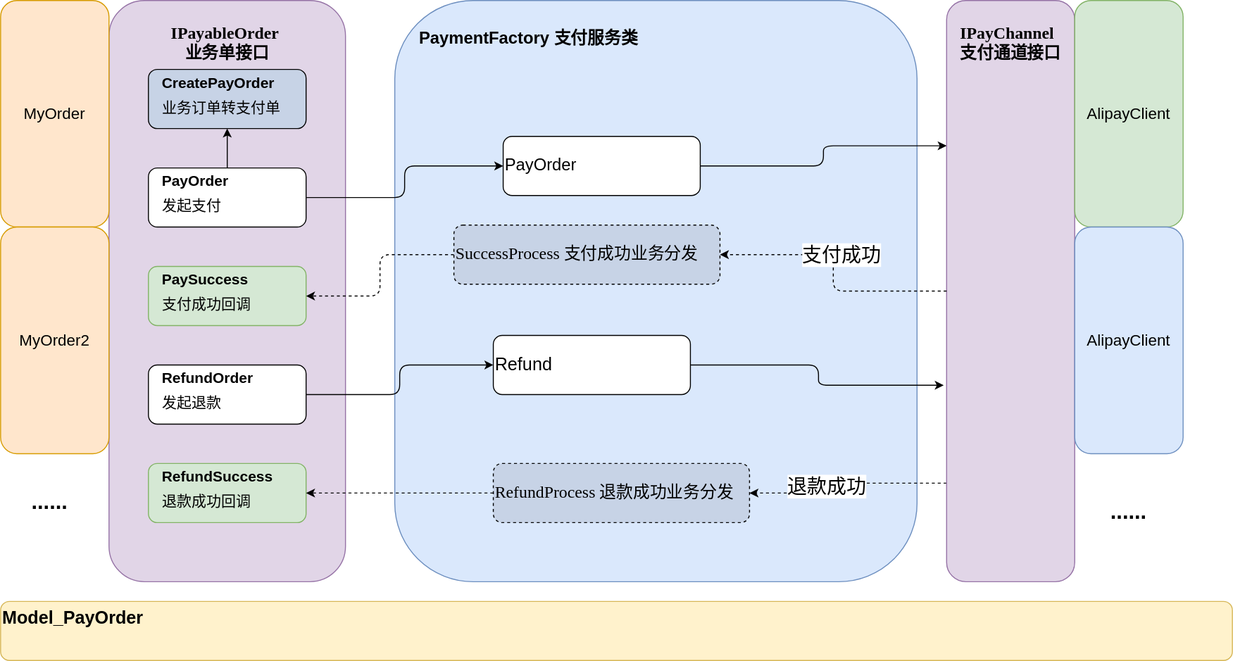
SantiagoFan/php-payment keeps this draw.io diagram as doc/支付中间件（draw可编辑）.svg. Above is the earlier version. Source tidied: cells renumbered, new cells last; positions are measured from the earlier drawing's top-left corner, leaving out a move shared by most shapes.
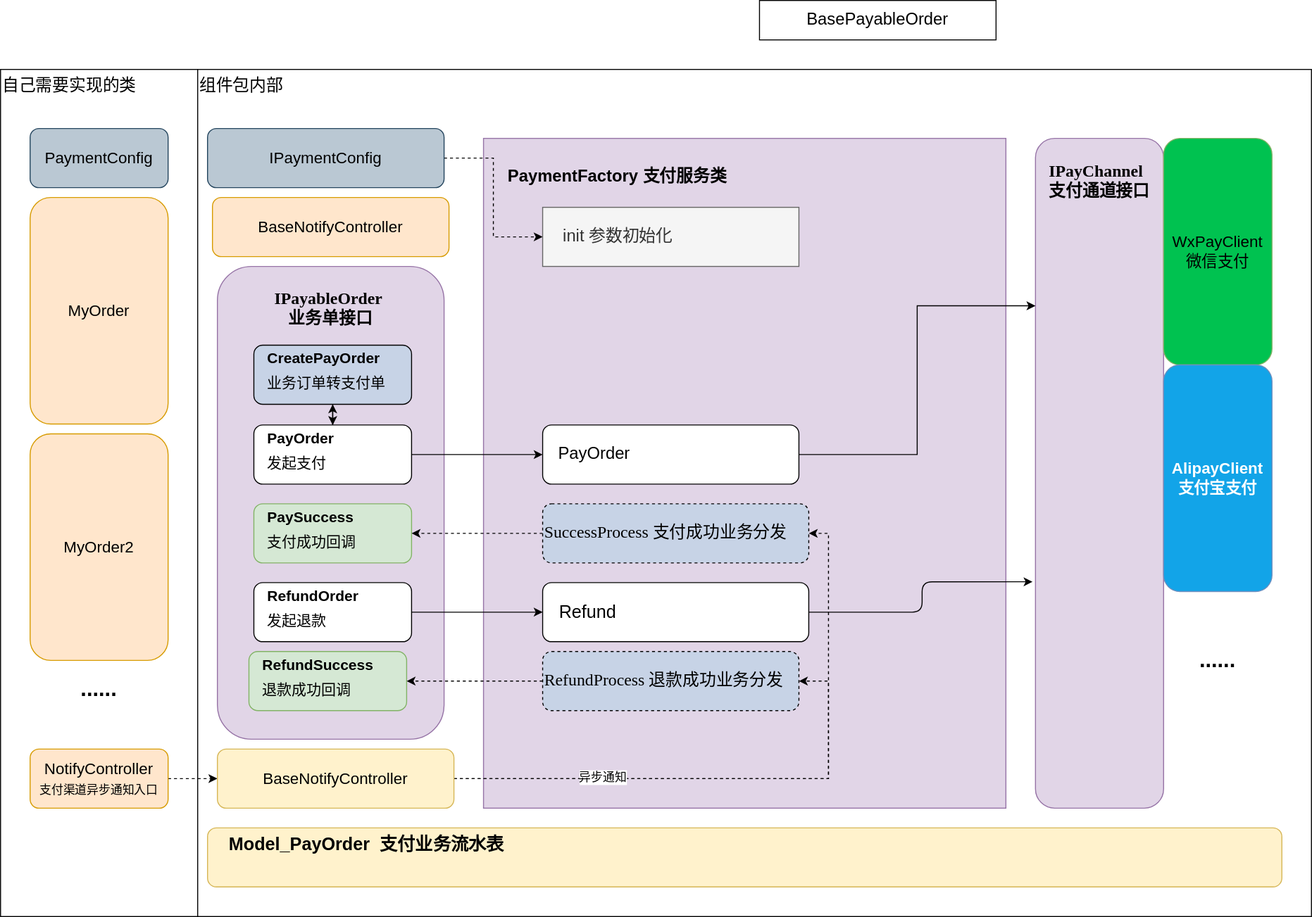
Above is the later version.

What changed in the source:
```diff
@@ -2,14 +2,20 @@
   <root>
     <mxCell id="0" />
     <mxCell id="1" parent="0" />
+    <mxCell id="32" value="自己需要实现的类" style="rounded=0;whiteSpace=wrap;html=1;verticalAlign=top;align=left;fontSize=17;" parent="1" vertex="1">
+      <mxGeometry x="-90" y="-200" width="200" height="860" as="geometry" />
+    </mxCell>
+    <mxCell id="33" value="组件包内部" style="rounded=0;whiteSpace=wrap;html=1;align=left;verticalAlign=top;fontSize=17;" parent="1" vertex="1">
+      <mxGeometry x="110" y="-200" width="1130" height="860" as="geometry" />
+    </mxCell>
-    <mxCell id="2" value="PaymentFactory 支付服务类" style="whiteSpace=wrap;html=1;fontSize=17;verticalAlign=top;align=left;fontStyle=1;spacingLeft=23;spacingTop=22;fillColor=#dae8fc;strokeColor=#6c8ebf;rounded=1;" parent="1" vertex="1">
-      <mxGeometry x="400" width="530" height="590" as="geometry" />
+    <mxCell id="2" value="PaymentFactory 支付服务类" style="whiteSpace=wrap;html=1;fontSize=17;verticalAlign=top;align=left;fontStyle=1;spacingLeft=23;spacingTop=22;fillColor=#e1d5e7;strokeColor=#9673a6;rounded=0;" parent="1" vertex="1">
+      <mxGeometry x="400" y="-130" width="530" height="680" as="geometry" />
     </mxCell>
     <mxCell id="3" value="&lt;pre style=&quot;font-size: 17px ; font-weight: 400 ; font-family: &amp;quot;noto sans devanagari th&amp;quot;&quot;&gt;&lt;b&gt;IPayableOrder &lt;br&gt;业务单接口&lt;/b&gt;&lt;/pre&gt;" style="whiteSpace=wrap;html=1;align=center;verticalAlign=top;strokeColor=#9673a6;fontSize=16;fontStyle=1;fillColor=#e1d5e7;rounded=1;" parent="1" vertex="1">
-      <mxGeometry x="110" width="240" height="590" as="geometry" />
+      <mxGeometry x="130" width="230" height="480" as="geometry" />
     </mxCell>
-    <mxCell id="4" value="Model_PayOrder" style="whiteSpace=wrap;html=1;align=left;verticalAlign=top;fontSize=18;fontStyle=1;fillColor=#fff2cc;strokeColor=#d6b656;glass=0;sketch=0;shadow=0;rounded=1;" parent="1" vertex="1">
-      <mxGeometry y="610" width="1250" height="60" as="geometry" />
+    <mxCell id="4" value="&amp;nbsp; &amp;nbsp; Model_PayOrder&amp;nbsp; 支付业务流水表" style="whiteSpace=wrap;html=1;align=left;verticalAlign=top;fontSize=18;fontStyle=1;fillColor=#fff2cc;strokeColor=#d6b656;glass=0;sketch=0;shadow=0;rounded=1;" parent="1" vertex="1">
+      <mxGeometry x="120" y="570" width="1090" height="60" as="geometry" />
     </mxCell>
     <mxCell id="5" style="edgeStyle=orthogonalEdgeStyle;jettySize=auto;html=1;fontSize=16;" parent="1" edge="1" source="7" target="15">
       <mxGeometry relative="1" as="geometry" />
@@ -18,86 +24,111 @@
       <mxGeometry relative="1" as="geometry" />
     </mxCell>
     <mxCell id="7" value="&lt;p style=&quot;font-size: 16px; line-height: 0px;&quot;&gt;&lt;font style=&quot;font-size: 15px&quot;&gt;&lt;b&gt;PayOrder&lt;/b&gt;&lt;br&gt;&lt;/font&gt;&lt;/p&gt;&lt;pre style=&quot;font-family: &amp;quot;noto sans devanagari th&amp;quot;; font-size: 15px;&quot;&gt;发起支付&lt;/pre&gt;" style="whiteSpace=wrap;html=1;align=left;spacingLeft=12;rounded=1;" parent="1" vertex="1">
-      <mxGeometry x="150" y="170" width="160" height="60" as="geometry" />
+      <mxGeometry x="167" y="161" width="160" height="60" as="geometry" />
     </mxCell>
     <mxCell id="8" style="edgeStyle=orthogonalEdgeStyle;jettySize=auto;html=1;entryX=0;entryY=0.5;entryDx=0;entryDy=0;" parent="1" edge="1" source="9" target="11">
       <mxGeometry relative="1" as="geometry" />
     </mxCell>
     <mxCell id="9" value="&lt;p style=&quot;font-size: 16px ; line-height: 0px&quot;&gt;&lt;font style=&quot;font-size: 15px&quot;&gt;&lt;b&gt;RefundOrder&lt;/b&gt;&lt;br&gt;&lt;/font&gt;&lt;/p&gt;&lt;pre style=&quot;font-family: &amp;#34;noto sans devanagari th&amp;#34; ; font-size: 15px&quot;&gt;发起退款&lt;/pre&gt;" style="whiteSpace=wrap;html=1;align=left;spacingLeft=12;rounded=1;" parent="1" vertex="1">
-      <mxGeometry x="150" y="370" width="160" height="60" as="geometry" />
+      <mxGeometry x="167" y="321" width="160" height="60" as="geometry" />
     </mxCell>
     <mxCell id="10" style="edgeStyle=orthogonalEdgeStyle;jettySize=auto;html=1;entryX=-0.023;entryY=0.662;entryDx=0;entryDy=0;entryPerimeter=0;fontSize=20;" parent="1" edge="1" source="11" target="14">
       <mxGeometry relative="1" as="geometry" />
     </mxCell>
-    <mxCell id="11" value="Refund" style="whiteSpace=wrap;html=1;fontSize=18;align=left;rounded=1;" parent="1" vertex="1">
-      <mxGeometry x="500" y="340" width="200" height="60" as="geometry" />
+    <mxCell id="11" value="&amp;nbsp; &amp;nbsp;Refund" style="whiteSpace=wrap;html=1;fontSize=18;align=left;rounded=1;" parent="1" vertex="1">
+      <mxGeometry x="460" y="321" width="270" height="60" as="geometry" />
     </mxCell>
-    <mxCell id="12" style="edgeStyle=orthogonalEdgeStyle;jettySize=auto;html=1;entryX=1;entryY=0.5;entryDx=0;entryDy=0;fontSize=20;dashed=1;" parent="1" edge="1" source="14" target="23">
-      <mxGeometry relative="1" as="geometry">
-        <Array as="points">
-          <mxPoint x="835" y="490" />
-          <mxPoint x="835" y="500" />
-        </Array>
-      </mxGeometry>
-    </mxCell>
-    <mxCell id="13" value="退款成功" style="edgeLabel;html=1;align=center;verticalAlign=middle;fontSize=20;rounded=1;" parent="12" vertex="1">
-      <mxGeometry x="0.17" y="2" relative="1" as="geometry" />
-    </mxCell>
     <mxCell id="14" value="&lt;pre style=&quot;font-size: 17px ; text-align: left ; font-family: &amp;#34;noto sans devanagari th&amp;#34;&quot;&gt;&lt;pre style=&quot;font-family: &amp;#34;noto sans devanagari th&amp;#34;&quot;&gt;&lt;pre style=&quot;font-family: &amp;#34;noto sans devanagari th&amp;#34;&quot;&gt;&lt;b&gt;IPayChannel&lt;br/&gt;支付通道接口&lt;/b&gt;&lt;/pre&gt;&lt;pre style=&quot;font-family: &amp;#34;noto sans devanagari th&amp;#34;&quot;&gt;&lt;br&gt;&lt;/pre&gt;&lt;/pre&gt;&lt;/pre&gt;" style="whiteSpace=wrap;html=1;fillColor=#e1d5e7;strokeColor=#9673a6;verticalAlign=top;rounded=1;" parent="1" vertex="1">
-      <mxGeometry x="960" width="130" height="590" as="geometry" />
+      <mxGeometry x="960" y="-130" width="130" height="680" as="geometry" />
     </mxCell>
+    <mxCell id="34" style="edgeStyle=orthogonalEdgeStyle;rounded=0;jettySize=auto;html=1;dashed=1;fontSize=17;" parent="1" edge="1" source="15" target="7">
+      <mxGeometry relative="1" as="geometry" />
+    </mxCell>
     <mxCell id="15" value="&lt;p style=&quot;line-height: 0%&quot;&gt;&lt;font style=&quot;font-size: 15px&quot;&gt;&lt;b&gt;CreatePayOrder&lt;/b&gt;&lt;br&gt;&lt;/font&gt;&lt;/p&gt;&lt;pre style=&quot;font-family: &amp;quot;noto sans devanagari th&amp;quot; ; font-size: 15px&quot;&gt;&lt;font style=&quot;font-size: 15px&quot;&gt;业务订单转支付单&lt;/font&gt;&lt;/pre&gt;&lt;p&gt;&lt;/p&gt;" style="whiteSpace=wrap;html=1;fillColor=#C7D3E6;fontSize=16;align=left;spacingLeft=12;rounded=1;" parent="1" vertex="1">
-      <mxGeometry x="150" y="70" width="160" height="60" as="geometry" />
+      <mxGeometry x="167" y="80" width="160" height="60" as="geometry" />
     </mxCell>
     <mxCell id="16" value="&lt;p style=&quot;font-size: 16px; line-height: 0px;&quot;&gt;&lt;font style=&quot;font-size: 15px&quot;&gt;&lt;b&gt;PaySuccess&lt;/b&gt;&lt;br&gt;&lt;/font&gt;&lt;/p&gt;&lt;pre style=&quot;font-family: &amp;quot;noto sans devanagari th&amp;quot;; font-size: 15px;&quot;&gt;支付成功回调&lt;/pre&gt;" style="whiteSpace=wrap;html=1;fillColor=#d5e8d4;strokeColor=#82b366;spacingLeft=12;align=left;rounded=1;" parent="1" vertex="1">
-      <mxGeometry x="150" y="270" width="160" height="60" as="geometry" />
+      <mxGeometry x="167" y="241" width="160" height="60" as="geometry" />
     </mxCell>
     <mxCell id="17" value="&lt;p style=&quot;font-size: 16px ; line-height: 0px&quot;&gt;&lt;font style=&quot;font-size: 15px&quot;&gt;&lt;b&gt;RefundSuccess&lt;/b&gt;&lt;br&gt;&lt;/font&gt;&lt;/p&gt;&lt;pre style=&quot;font-family: &amp;#34;noto sans devanagari th&amp;#34; ; font-size: 15px&quot;&gt;退款成功回调&lt;/pre&gt;" style="whiteSpace=wrap;html=1;fillColor=#d5e8d4;strokeColor=#82b366;align=left;spacingLeft=12;rounded=1;" parent="1" vertex="1">
-      <mxGeometry x="150" y="470" width="160" height="60" as="geometry" />
+      <mxGeometry x="162" y="391" width="160" height="60" as="geometry" />
     </mxCell>
-    <mxCell id="18" style="edgeStyle=orthogonalEdgeStyle;jettySize=auto;html=1;entryX=0;entryY=0.25;entryDx=0;entryDy=0;" parent="1" edge="1" source="19" target="14">
+    <mxCell id="18" style="edgeStyle=orthogonalEdgeStyle;rounded=0;jettySize=auto;html=1;entryX=0;entryY=0.25;entryDx=0;entryDy=0;" parent="1" edge="1" source="19" target="14">
       <mxGeometry relative="1" as="geometry" />
     </mxCell>
-    <mxCell id="19" value="PayOrder" style="whiteSpace=wrap;html=1;fontSize=17;align=left;rounded=1;" parent="1" vertex="1">
-      <mxGeometry x="510" y="138" width="200" height="60" as="geometry" />
+    <mxCell id="19" value="&amp;nbsp; &amp;nbsp;PayOrder" style="whiteSpace=wrap;html=1;fontSize=17;align=left;rounded=1;" parent="1" vertex="1">
+      <mxGeometry x="460" y="161" width="260" height="60" as="geometry" />
     </mxCell>
     <mxCell id="20" style="edgeStyle=orthogonalEdgeStyle;jettySize=auto;html=1;dashed=1;" parent="1" edge="1" source="21" target="16">
       <mxGeometry relative="1" as="geometry" />
     </mxCell>
     <mxCell id="21" value="&lt;pre style=&quot;font-family: &amp;#34;noto sans devanagari th&amp;#34;&quot;&gt;&lt;span style=&quot;font-family: &amp;#34;jetbrains mono&amp;#34;&quot;&gt;SuccessProcess&amp;nbsp;&lt;/span&gt;支付成功业务分发&lt;br&gt;&lt;/pre&gt;" style="whiteSpace=wrap;html=1;fillColor=#C7D3E6;fontSize=17;align=left;dashed=1;rounded=1;" parent="1" vertex="1">
-      <mxGeometry x="460" y="228" width="270" height="60" as="geometry" />
+      <mxGeometry x="460" y="241" width="270" height="60" as="geometry" />
     </mxCell>
     <mxCell id="22" style="edgeStyle=orthogonalEdgeStyle;jettySize=auto;html=1;dashed=1;" parent="1" edge="1" source="23" target="17">
       <mxGeometry relative="1" as="geometry" />
     </mxCell>
     <mxCell id="23" value="&lt;pre style=&quot;font-family: &amp;#34;noto sans devanagari th&amp;#34;&quot;&gt;&lt;span style=&quot;font-family: &amp;#34;jetbrains mono&amp;#34;&quot;&gt;RefundProcess&amp;nbsp;&lt;/span&gt;退款成功业务分发&lt;br&gt;&lt;/pre&gt;" style="whiteSpace=wrap;html=1;fillColor=#C7D3E6;fontSize=17;align=left;dashed=1;rounded=1;" parent="1" vertex="1">
-      <mxGeometry x="500" y="470" width="260" height="60" as="geometry" />
+      <mxGeometry x="460" y="391" width="260" height="60" as="geometry" />
     </mxCell>
-    <mxCell id="24" style="edgeStyle=orthogonalEdgeStyle;jettySize=auto;html=1;dashed=1;" parent="1" edge="1" source="14" target="21">
-      <mxGeometry relative="1" as="geometry" />
-    </mxCell>
-    <mxCell id="25" value="支付成功" style="edgeLabel;html=1;align=center;verticalAlign=middle;fontSize=20;rounded=1;" parent="24" vertex="1">
-      <mxGeometry x="-0.28" y="-4" relative="1" as="geometry">
-        <mxPoint x="-11.2" y="-33.5" as="offset" />
-      </mxGeometry>
-    </mxCell>
-    <mxCell id="26" value="AlipayClient" style="whiteSpace=wrap;html=1;fillColor=#d5e8d4;strokeColor=#82b366;fontSize=16;rounded=1;" parent="1" vertex="1">
-      <mxGeometry x="1090" width="110" height="230" as="geometry" />
+    <mxCell id="26" value="WxPayClient&lt;br&gt;微信支付" style="whiteSpace=wrap;html=1;fillColor=#00c250;strokeColor=#82b366;fontSize=16;rounded=1;" parent="1" vertex="1">
+      <mxGeometry x="1090" y="-130" width="110" height="230" as="geometry" />
     </mxCell>
-    <mxCell id="27" value="AlipayClient" style="whiteSpace=wrap;html=1;fillColor=#dae8fc;strokeColor=#6c8ebf;fontSize=16;rounded=1;" parent="1" vertex="1">
-      <mxGeometry x="1090" y="230" width="110" height="230" as="geometry" />
+    <mxCell id="27" value="AlipayClient&lt;br&gt;支付宝支付" style="whiteSpace=wrap;html=1;fillColor=#12a4e8;strokeColor=#6c8ebf;fontSize=16;rounded=1;fontStyle=1;fontColor=#FFFFFF;" parent="1" vertex="1">
+      <mxGeometry x="1090" y="100" width="110" height="230" as="geometry" />
     </mxCell>
     <mxCell id="28" value="&lt;b&gt;&lt;font style=&quot;font-size: 22px&quot;&gt;......&lt;/font&gt;&lt;/b&gt;" style="text;html=1;strokeColor=none;fillColor=none;align=center;verticalAlign=middle;whiteSpace=wrap;shadow=0;glass=0;sketch=0;rounded=1;" parent="1" vertex="1">
-      <mxGeometry x="1125" y="510" width="40" height="20" as="geometry" />
+      <mxGeometry x="1125" y="390" width="40" height="20" as="geometry" />
     </mxCell>
     <mxCell id="29" value="MyOrder" style="whiteSpace=wrap;html=1;fillColor=#ffe6cc;strokeColor=#d79b00;fontSize=16;rounded=1;" parent="1" vertex="1">
-      <mxGeometry width="110" height="230" as="geometry" />
+      <mxGeometry x="-60" y="-70" width="140" height="230" as="geometry" />
     </mxCell>
     <mxCell id="30" value="MyOrder2" style="whiteSpace=wrap;html=1;fillColor=#ffe6cc;strokeColor=#d79b00;fontSize=16;rounded=1;" parent="1" vertex="1">
-      <mxGeometry y="230" width="110" height="230" as="geometry" />
+      <mxGeometry x="-60" y="170" width="140" height="230" as="geometry" />
     </mxCell>
     <mxCell id="31" value="&lt;b&gt;&lt;font style=&quot;font-size: 22px&quot;&gt;......&lt;/font&gt;&lt;/b&gt;" style="text;html=1;strokeColor=none;fillColor=none;align=center;verticalAlign=middle;whiteSpace=wrap;shadow=0;glass=0;sketch=0;rounded=1;" parent="1" vertex="1">
-      <mxGeometry x="30" y="500" width="40" height="20" as="geometry" />
+      <mxGeometry x="-10" y="420" width="40" height="20" as="geometry" />
     </mxCell>
+    <mxCell id="35" style="edgeStyle=orthogonalEdgeStyle;rounded=0;jettySize=auto;html=1;entryX=0;entryY=0.5;entryDx=0;entryDy=0;dashed=1;fontSize=12;" parent="1" edge="1" source="36" target="40">
+      <mxGeometry relative="1" as="geometry" />
+    </mxCell>
+    <mxCell id="36" value="NotifyController&lt;br&gt;&lt;font style=&quot;font-size: 12px&quot;&gt;支付渠道异步通知入口&lt;/font&gt;" style="whiteSpace=wrap;html=1;fillColor=#ffe6cc;strokeColor=#d79b00;fontSize=16;rounded=1;" parent="1" vertex="1">
+      <mxGeometry x="-60" y="490" width="140" height="60" as="geometry" />
+    </mxCell>
+    <mxCell id="37" style="edgeStyle=orthogonalEdgeStyle;rounded=0;jettySize=auto;html=1;exitX=1;exitY=0.5;exitDx=0;exitDy=0;entryX=1;entryY=0.5;entryDx=0;entryDy=0;dashed=1;fontSize=12;" parent="1" edge="1" source="40" target="21">
+      <mxGeometry relative="1" as="geometry" />
+    </mxCell>
+    <mxCell id="38" style="edgeStyle=orthogonalEdgeStyle;rounded=0;jettySize=auto;html=1;entryX=1;entryY=0.5;entryDx=0;entryDy=0;dashed=1;fontSize=12;" parent="1" edge="1" source="40" target="23">
+      <mxGeometry relative="1" as="geometry">
+        <Array as="points">
+          <mxPoint x="750" y="520" />
+          <mxPoint x="750" y="421" />
+        </Array>
+      </mxGeometry>
+    </mxCell>
+    <mxCell id="39" value="异步通知" style="edgeLabel;html=1;align=center;verticalAlign=middle;fontSize=12;" parent="38" vertex="1">
+      <mxGeometry x="-0.41" y="2" relative="1" as="geometry" />
+    </mxCell>
+    <mxCell id="40" value="BaseNotifyController" style="whiteSpace=wrap;html=1;fillColor=#fff2cc;strokeColor=#d6b656;fontSize=16;rounded=1;" parent="1" vertex="1">
+      <mxGeometry x="130" y="490" width="240" height="60" as="geometry" />
+    </mxCell>
+    <mxCell id="41" value="PaymentConfig" style="whiteSpace=wrap;html=1;fillColor=#bac8d3;strokeColor=#23445d;fontSize=16;rounded=1;" parent="1" vertex="1">
+      <mxGeometry x="-60" y="-140" width="140" height="60" as="geometry" />
+    </mxCell>
+    <mxCell id="42" style="edgeStyle=orthogonalEdgeStyle;rounded=0;jettySize=auto;html=1;entryX=0;entryY=0.5;entryDx=0;entryDy=0;dashed=1;fontSize=17;" parent="1" edge="1" source="43" target="44">
+      <mxGeometry relative="1" as="geometry" />
+    </mxCell>
+    <mxCell id="43" value="IPaymentConfig" style="whiteSpace=wrap;html=1;fillColor=#bac8d3;strokeColor=#23445d;fontSize=16;rounded=1;" parent="1" vertex="1">
+      <mxGeometry x="120" y="-140" width="240" height="60" as="geometry" />
+    </mxCell>
+    <mxCell id="44" value="&amp;nbsp; &amp;nbsp; init 参数初始化" style="whiteSpace=wrap;html=1;fontSize=17;align=left;rounded=0;fillColor=#f5f5f5;fontColor=#333333;strokeColor=#666666;glass=0;sketch=0;" parent="1" vertex="1">
+      <mxGeometry x="460" y="-60" width="260" height="60" as="geometry" />
+    </mxCell>
+    <mxCell id="45" value="BasePayableOrder" style="rounded=0;whiteSpace=wrap;html=1;glass=0;sketch=0;fontSize=17;" parent="1" vertex="1">
+      <mxGeometry x="680" y="-270" width="240" height="40" as="geometry" />
+    </mxCell>
+    <mxCell id="46" value="BaseNotifyController" style="whiteSpace=wrap;html=1;fillColor=#ffe6cc;strokeColor=#d79b00;fontSize=16;rounded=1;" parent="1" vertex="1">
+      <mxGeometry x="125" y="-70" width="240" height="60" as="geometry" />
+    </mxCell>
   </root>
 </mxGraphModel>
```
